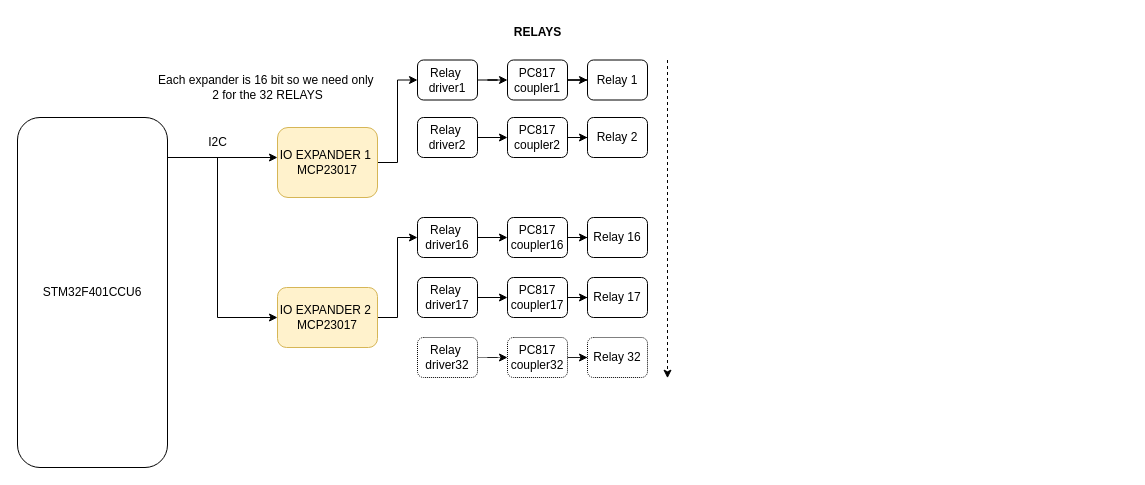
The draw.io diagram docs/hardware-system-block-diagram.drawio in bytecod3/modbus-slave-project-Ocarbon, before the edit. Source tidied: cells renumbered, new cells numbered last; positions are measured from the earlier drawing's top-left corner, leaving out a move shared by most shapes. Both pictures are drawn from the tidied source at 100%, with x=0, y=0 at pixel (17, 17).
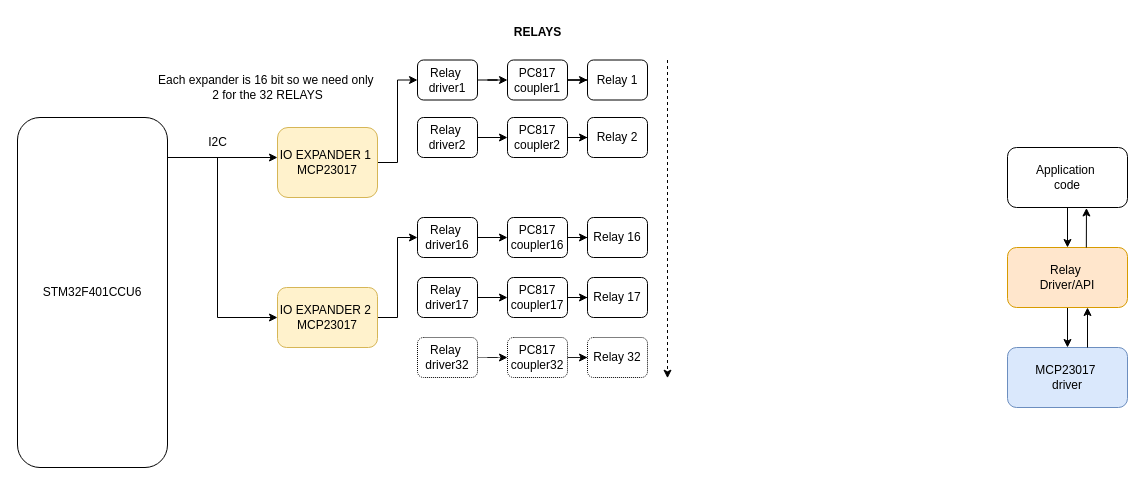
The same diagram, later.

What changed in the source:
```diff
@@
+    <mxCell id="38" style="edgeStyle=orthogonalEdgeStyle;rounded=0;jettySize=auto;html=1;" parent="1" edge="1" source="39" target="41">
+      <mxGeometry relative="1" as="geometry" />
+    </mxCell>
+    <mxCell id="39" value="Application&amp;nbsp;&lt;div&gt;code&lt;/div&gt;" style="rounded=1;whiteSpace=wrap;html=1;" parent="1" vertex="1">
+      <mxGeometry x="990" y="130" width="120" height="60" as="geometry" />
+    </mxCell>
+    <mxCell id="40" style="edgeStyle=orthogonalEdgeStyle;rounded=0;jettySize=auto;html=1;" parent="1" edge="1" source="41" target="42">
+      <mxGeometry relative="1" as="geometry" />
+    </mxCell>
+    <mxCell id="41" value="Relay&amp;nbsp;&lt;div&gt;Driver/API&lt;/div&gt;" style="rounded=1;whiteSpace=wrap;html=1;fillColor=#ffe6cc;strokeColor=#d79b00;" parent="1" vertex="1">
+      <mxGeometry x="990" y="230" width="120" height="60" as="geometry" />
+    </mxCell>
+    <mxCell id="42" value="MCP23017&amp;nbsp;&lt;div&gt;driver&lt;/div&gt;" style="rounded=1;whiteSpace=wrap;html=1;fillColor=#dae8fc;strokeColor=#6c8ebf;" parent="1" vertex="1">
+      <mxGeometry x="990" y="330" width="120" height="60" as="geometry" />
+    </mxCell>
+    <mxCell id="43" style="edgeStyle=none;jettySize=auto;html=1;rounded=0;exitX=0.657;exitY=0;exitDx=0;exitDy=0;exitPerimeter=0;entryX=0.658;entryY=1.008;entryDx=0;entryDy=0;entryPerimeter=0;" parent="1" edge="1" source="41" target="39">
+      <mxGeometry relative="1" as="geometry" />
+    </mxCell>
+    <mxCell id="44" style="edgeStyle=none;orthogonalLoop=1;jettySize=auto;html=1;rounded=0;exitX=0.657;exitY=0;exitDx=0;exitDy=0;exitPerimeter=0;entryX=0.658;entryY=1.008;entryDx=0;entryDy=0;entryPerimeter=0;" parent="1" edge="1">
+      <mxGeometry relative="1" as="geometry">
+        <mxPoint x="1070" y="330" as="sourcePoint" />
+        <mxPoint x="1070" y="290" as="targetPoint" />
+      </mxGeometry>
+    </mxCell>
```
